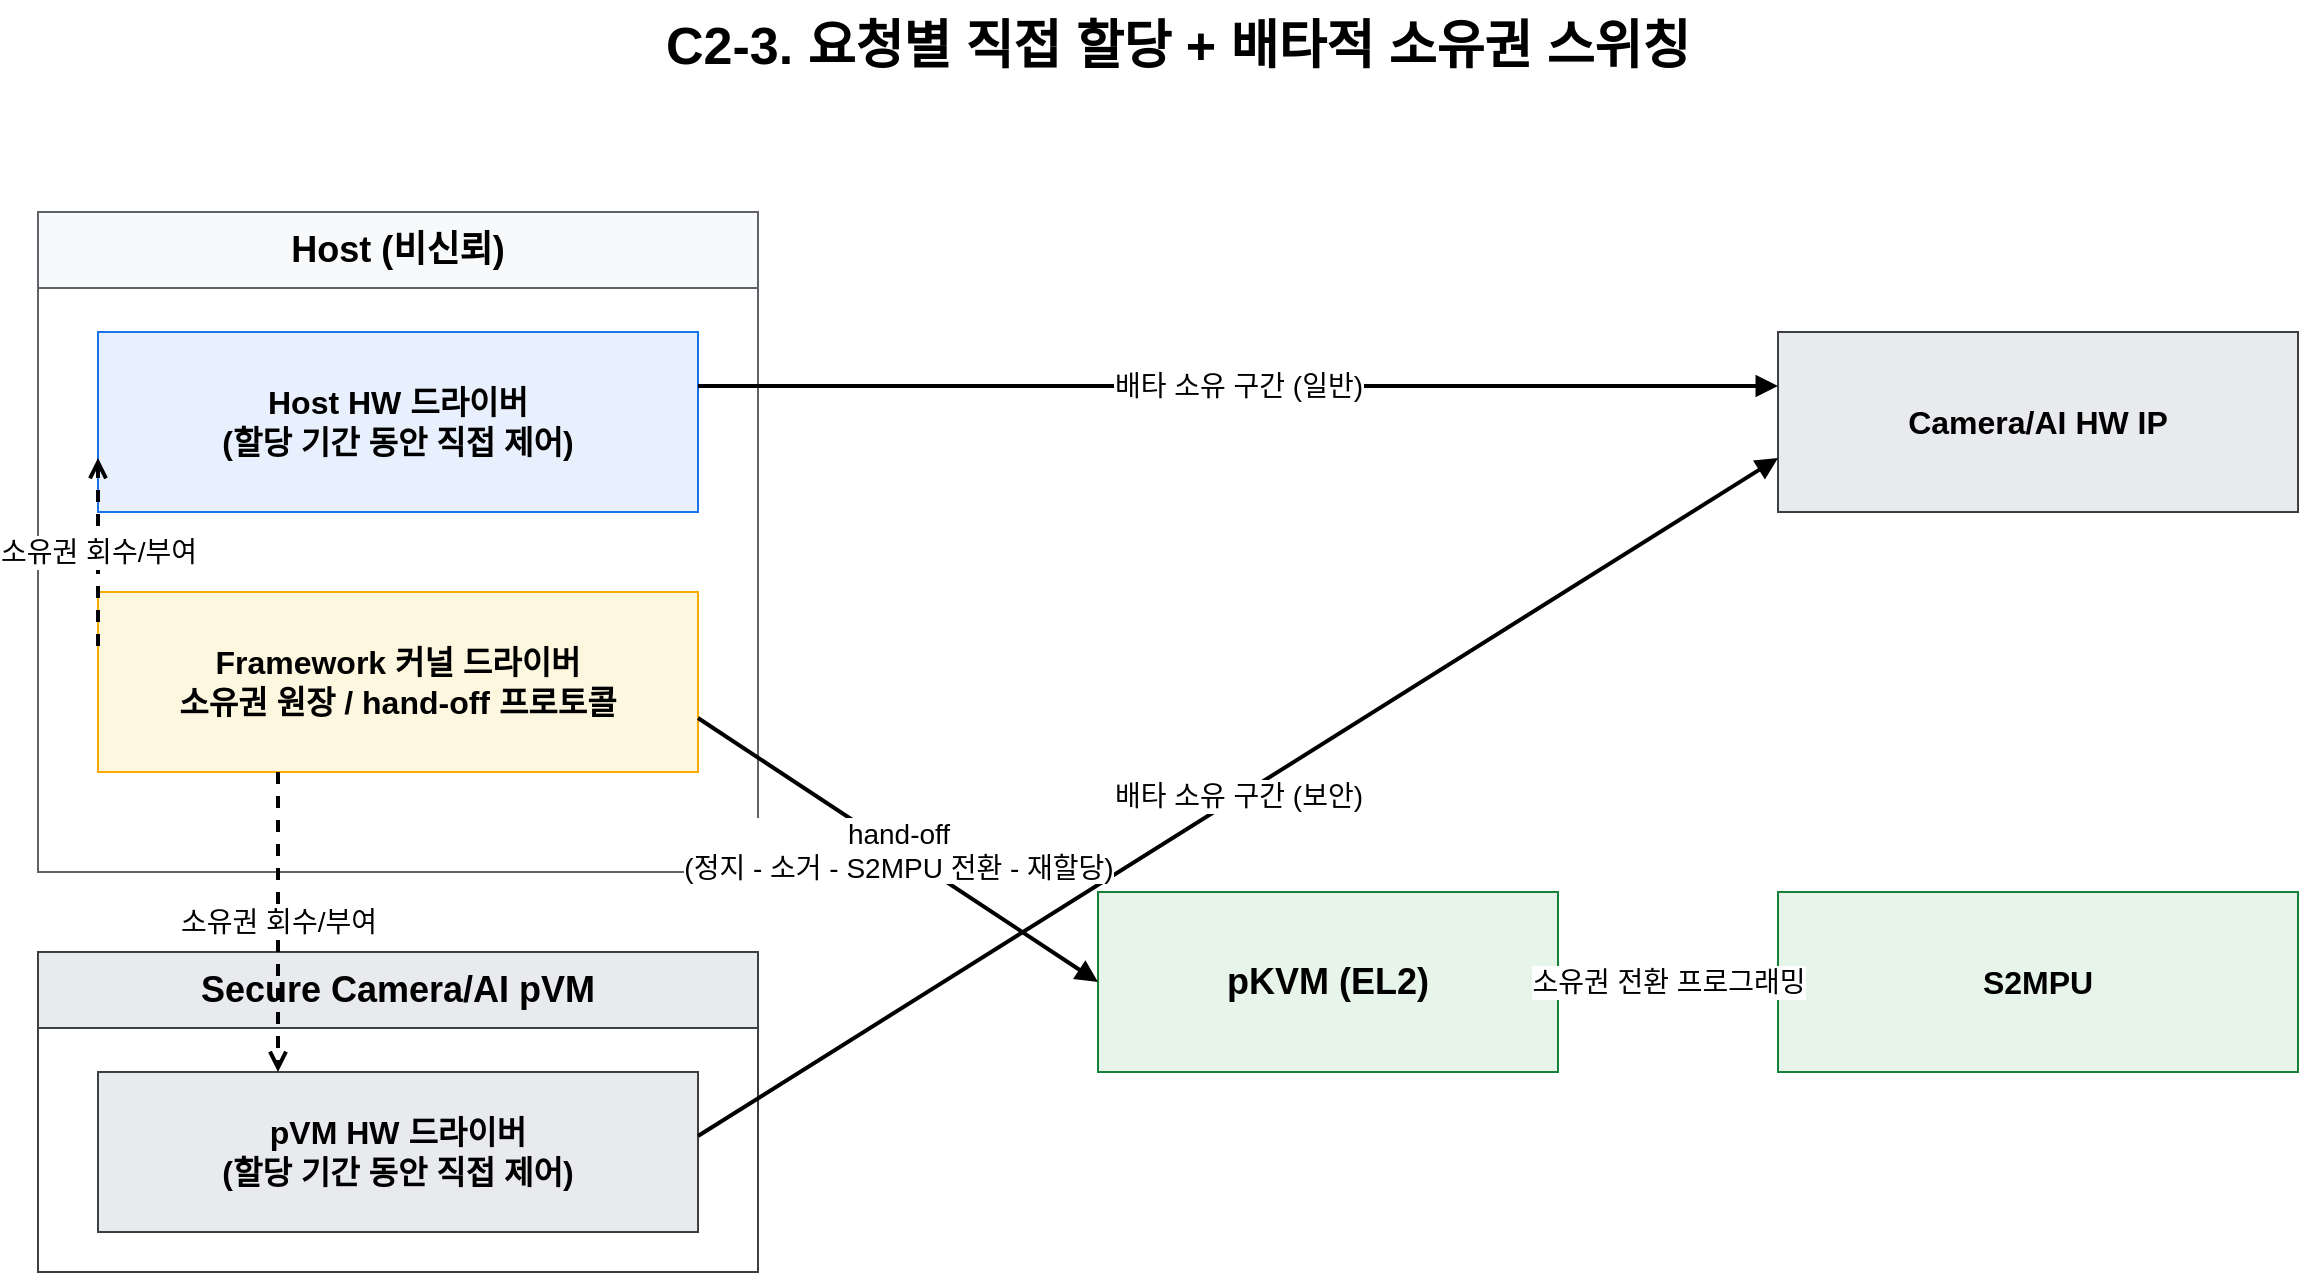
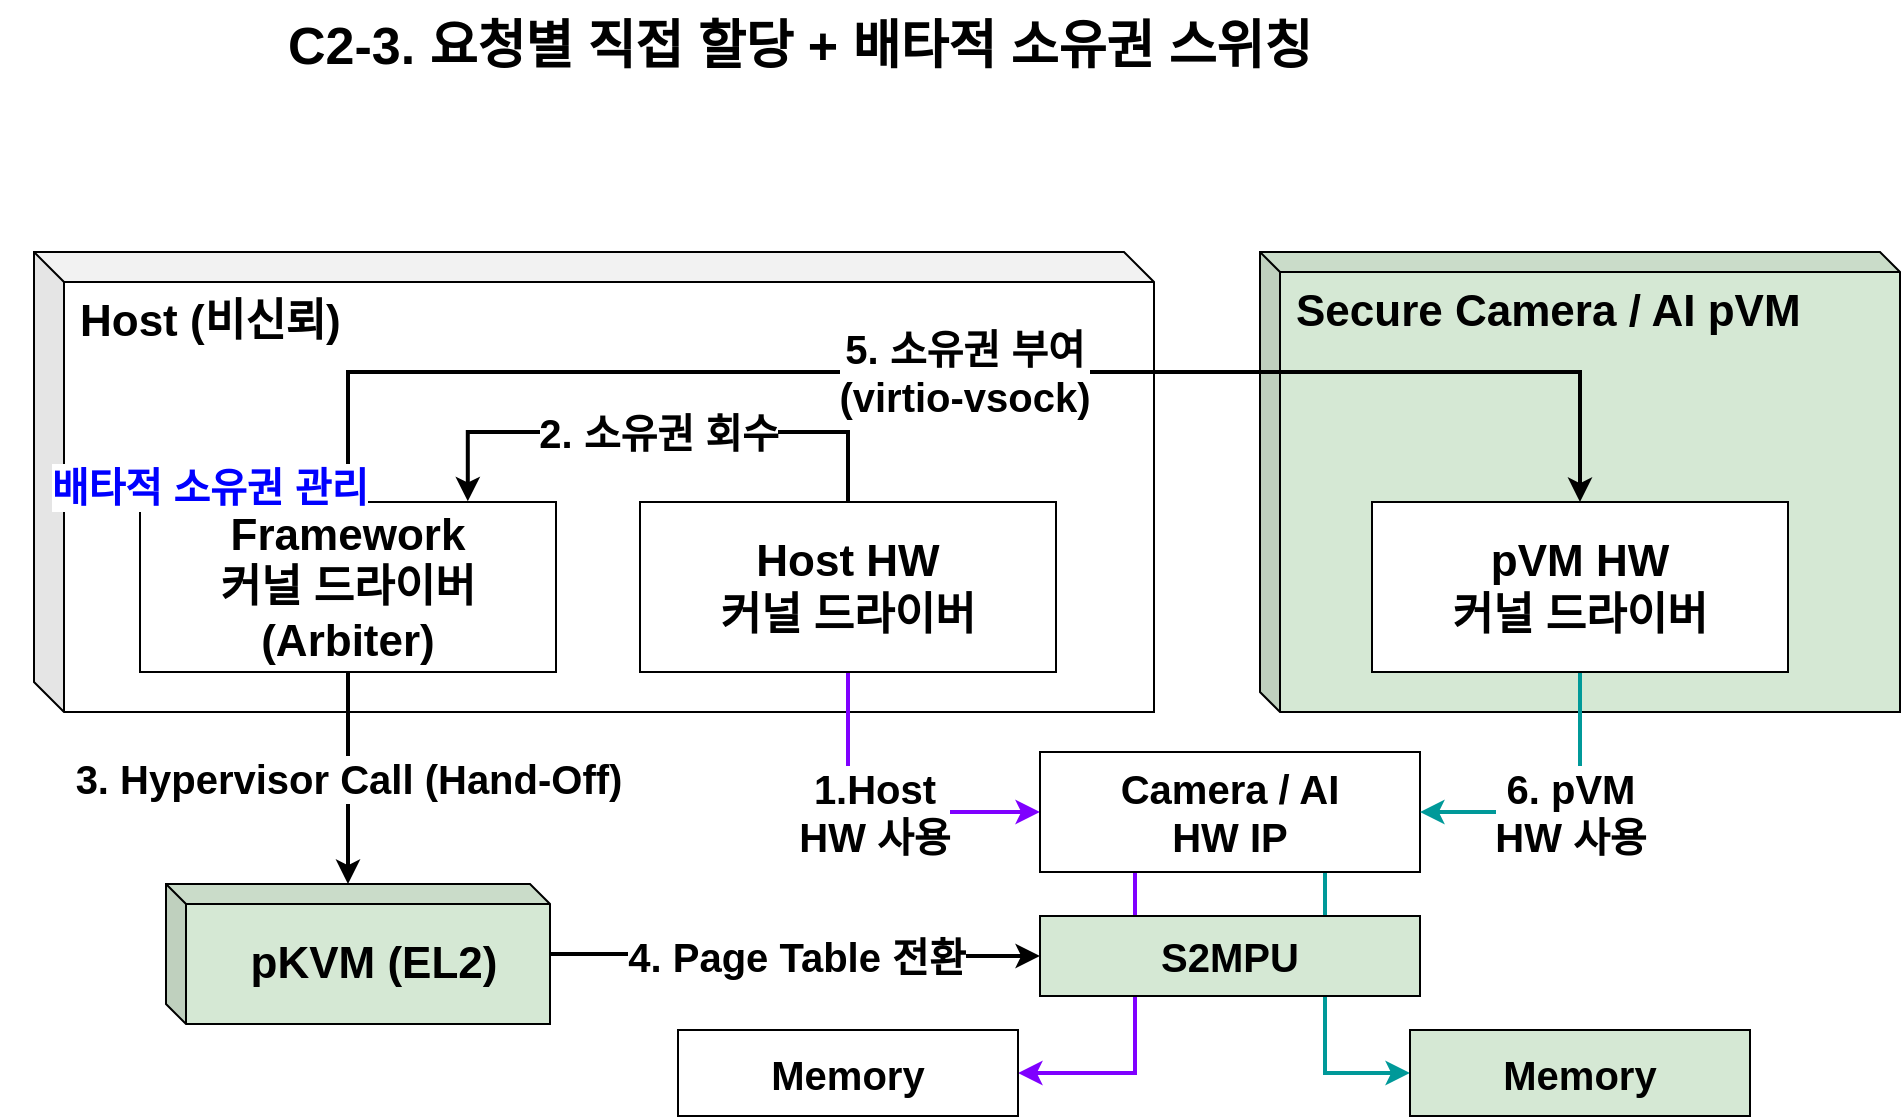
- <mxfile host="app.diagrams.net" modified="2026-07-09T00:00:00.000Z" agent="Claude" version="24.7.17" type="device">
+ <mxfile host="Electron" agent="Claude">
  <diagram id="c2-3-exclusive-switching" name="C2-3">
-     <mxGraphModel dx="1280" dy="720" grid="1" gridSize="10" guides="1" tooltips="1" connect="1" arrows="1" fold="1" page="1" pageScale="1" pageWidth="1280" pageHeight="700" math="0" shadow="0">
+     <mxGraphModel dx="1147" dy="626" grid="1" gridSize="10" guides="1" tooltips="1" connect="1" arrows="1" fold="1" page="1" pageScale="1" pageWidth="1280" pageHeight="700" math="0" shadow="0">
      <root>
-         <mxCell id="0"/>
-         <mxCell id="1" parent="0"/>
-         <mxCell id="title" value="C2-3. 요청별 직접 할당 + 배타적 소유권 스위칭" style="text;html=1;strokeColor=none;fillColor=none;align=center;verticalAlign=middle;whiteSpace=wrap;rounded=0;fontSize=26;fontStyle=1" vertex="1" parent="1">
-           <mxGeometry x="240" y="34" width="800" height="46" as="geometry"/>
+         <mxCell id="0" />
+         <mxCell id="1" parent="0" />
+         <mxCell id="ffUL64jE2Op0dYX4UEDc-16" parent="1" style="shape=cube;whiteSpace=wrap;html=1;boundedLbl=1;backgroundOutline=1;darkOpacity=0.05;darkOpacity2=0.1;fontSize=22;fontStyle=1;verticalAlign=top;align=left;spacingLeft=6;size=10;fillColor=#d5e8d4;strokeColor=#000000;" value="Secure&amp;nbsp;&lt;span style=&quot;background-color: transparent; color: light-dark(rgb(0, 0, 0), rgb(255, 255, 255));&quot;&gt;Camera / AI&amp;nbsp;&lt;/span&gt;&lt;span style=&quot;background-color: transparent; color: light-dark(rgb(0, 0, 0), rgb(255, 255, 255));&quot;&gt;pVM&lt;/span&gt;" vertex="1">
+           <mxGeometry height="230" width="320" x="870" y="160" as="geometry" />
        </mxCell>
-         <mxCell id="host" value="Host (비신뢰)" style="swimlane;html=1;whiteSpace=wrap;rounded=0;startSize=38;horizontal=1;fillColor=#f8f9fa;strokeColor=#5f6368;fontSize=18;fontStyle=1" vertex="1" parent="1">
-           <mxGeometry x="70" y="140" width="360" height="330" as="geometry"/>
+         <mxCell id="title" parent="1" style="text;html=1;strokeColor=none;fillColor=none;align=center;verticalAlign=middle;whiteSpace=wrap;rounded=0;fontSize=26;fontStyle=1" value="C2-3. 요청별 직접 할당 + 배타적 소유권 스위칭" vertex="1">
+           <mxGeometry height="46" width="800" x="240" y="34" as="geometry" />
        </mxCell>
-         <mxCell id="hdrv" value="Host HW 드라이버&lt;br&gt;(할당 기간 동안 직접 제어)" style="rounded=0;whiteSpace=wrap;html=1;fillColor=#e8f0fe;strokeColor=#1a73e8;fontSize=16;fontStyle=1" vertex="1" parent="host">
-           <mxGeometry x="30" y="60" width="300" height="90" as="geometry"/>
+         <mxCell id="ffUL64jE2Op0dYX4UEDc-1" parent="1" style="shape=cube;whiteSpace=wrap;html=1;boundedLbl=1;backgroundOutline=1;darkOpacity=0.05;darkOpacity2=0.1;fontSize=22;fontStyle=1;verticalAlign=top;align=left;spacingLeft=6;size=15;" value="Host (비신뢰)" vertex="1">
+           <mxGeometry height="230" width="560" x="257" y="160" as="geometry" />
        </mxCell>
-         <mxCell id="fdrv" value="Framework 커널 드라이버&lt;br&gt;소유권 원장 / hand-off 프로토콜" style="rounded=0;whiteSpace=wrap;html=1;fillColor=#fef7e0;strokeColor=#f9ab00;fontSize=16;fontStyle=1" vertex="1" parent="host">
-           <mxGeometry x="30" y="190" width="300" height="90" as="geometry"/>
+         <mxCell id="ffUL64jE2Op0dYX4UEDc-36" edge="1" parent="1" source="ffUL64jE2Op0dYX4UEDc-2" style="edgeStyle=orthogonalEdgeStyle;shape=connector;rounded=0;orthogonalLoop=1;jettySize=auto;html=1;entryX=0;entryY=0.5;entryDx=0;entryDy=0;strokeColor=default;strokeWidth=2;align=center;verticalAlign=middle;fontFamily=Helvetica;fontSize=20;fontColor=default;fontStyle=1;labelBackgroundColor=default;endArrow=classic;" target="ffUL64jE2Op0dYX4UEDc-23" value="4. Page Table 전환">
+           <mxGeometry relative="1" as="geometry" />
        </mxCell>
-         <mxCell id="pvmbox" value="Secure Camera/AI pVM" style="swimlane;html=1;whiteSpace=wrap;rounded=0;startSize=38;horizontal=1;fillColor=#e8eaed;strokeColor=#3c4043;fontSize=18;fontStyle=1" vertex="1" parent="1">
-           <mxGeometry x="70" y="510" width="360" height="160" as="geometry"/>
+         <mxCell id="ffUL64jE2Op0dYX4UEDc-2" parent="1" style="shape=cube;whiteSpace=wrap;html=1;boundedLbl=1;backgroundOutline=1;darkOpacity=0.05;darkOpacity2=0.1;fontSize=22;fontStyle=1;verticalAlign=middle;align=center;spacingLeft=6;size=10;fillColor=#d5e8d4;strokeColor=#000000;" value="pKVM (EL2)" vertex="1">
+           <mxGeometry height="70" width="192" x="323" y="476" as="geometry" />
        </mxCell>
-         <mxCell id="pdrv" value="pVM HW 드라이버&lt;br&gt;(할당 기간 동안 직접 제어)" style="rounded=0;whiteSpace=wrap;html=1;fillColor=#e8eaed;strokeColor=#3c4043;fontSize=16;fontStyle=1" vertex="1" parent="pvmbox">
-           <mxGeometry x="30" y="60" width="300" height="80" as="geometry"/>
+         <mxCell id="ffUL64jE2Op0dYX4UEDc-28" edge="1" parent="1" source="ffUL64jE2Op0dYX4UEDc-9" style="edgeStyle=orthogonalEdgeStyle;shape=connector;rounded=0;orthogonalLoop=1;jettySize=auto;html=1;entryX=0.5;entryY=0;entryDx=0;entryDy=0;strokeColor=default;strokeWidth=2;align=center;verticalAlign=middle;fontFamily=Helvetica;fontSize=20;fontColor=default;fontStyle=1;labelBackgroundColor=default;endArrow=classic;" target="ffUL64jE2Op0dYX4UEDc-25" value="5. 소유권 부여&lt;div&gt;(virtio-vsock)&lt;/div&gt;">
+           <mxGeometry relative="1" x="-0.0013" as="geometry">
+             <mxPoint as="offset" />
+             <Array as="points">
+               <mxPoint x="414" y="220" />
+               <mxPoint x="1030" y="220" />
+             </Array>
+           </mxGeometry>
        </mxCell>
-         <mxCell id="hw" value="Camera/AI HW IP" style="rounded=0;whiteSpace=wrap;html=1;fillColor=#e8eaed;strokeColor=#3c4043;fontSize=16;fontStyle=1" vertex="1" parent="1">
-           <mxGeometry x="940" y="200" width="260" height="90" as="geometry"/>
+         <mxCell id="ffUL64jE2Op0dYX4UEDc-9" parent="1" style="rounded=0;whiteSpace=wrap;html=1;fontSize=22;fontStyle=1;" value="Framework&lt;br&gt;&lt;div&gt;커널 드라이버&lt;/div&gt;&lt;div&gt;(Arbiter)&lt;/div&gt;" vertex="1">
+           <mxGeometry height="85" width="208" x="310" y="285" as="geometry" />
        </mxCell>
-         <mxCell id="hv" value="pKVM (EL2)" style="rounded=0;whiteSpace=wrap;html=1;fillColor=#e6f4ea;strokeColor=#188038;fontSize=18;fontStyle=1" vertex="1" parent="1">
-           <mxGeometry x="600" y="480" width="230" height="90" as="geometry"/>
+         <mxCell id="ffUL64jE2Op0dYX4UEDc-26" edge="1" parent="1" source="ffUL64jE2Op0dYX4UEDc-22" style="edgeStyle=orthogonalEdgeStyle;rounded=0;orthogonalLoop=1;jettySize=auto;html=1;exitX=0.5;exitY=0;exitDx=0;exitDy=0;strokeWidth=2;fontSize=20;fontStyle=1;entryX=0.788;entryY=-0.004;entryDx=0;entryDy=0;entryPerimeter=0;" target="ffUL64jE2Op0dYX4UEDc-9" value="2. 소유권 회수">
+           <mxGeometry relative="1" as="geometry">
+             <Array as="points">
+               <mxPoint x="664" y="250" />
+               <mxPoint x="474" y="250" />
+             </Array>
+             <mxPoint x="470" y="280" as="targetPoint" />
+           </mxGeometry>
        </mxCell>
-         <mxCell id="mpu" value="S2MPU" style="rounded=0;whiteSpace=wrap;html=1;fillColor=#e6f4ea;strokeColor=#188038;fontSize=16;fontStyle=1" vertex="1" parent="1">
-           <mxGeometry x="940" y="480" width="260" height="90" as="geometry"/>
+         <mxCell id="ffUL64jE2Op0dYX4UEDc-34" edge="1" parent="1" source="ffUL64jE2Op0dYX4UEDc-22" style="edgeStyle=orthogonalEdgeStyle;shape=connector;rounded=0;orthogonalLoop=1;jettySize=auto;html=1;entryX=0;entryY=0.5;entryDx=0;entryDy=0;strokeColor=#7F00FF;strokeWidth=2;align=center;verticalAlign=middle;fontFamily=Helvetica;fontSize=20;fontColor=default;fontStyle=1;labelBackgroundColor=default;endArrow=classic;" target="ffUL64jE2Op0dYX4UEDc-24" value="1.Host&lt;div&gt;HW 사용&lt;/div&gt;">
+           <mxGeometry relative="1" as="geometry" />
        </mxCell>
-         <mxCell id="e-hdrv-hw" value="배타 소유 구간 (일반)" style="endArrow=block;html=1;rounded=0;strokeWidth=2;exitX=1;exitY=0.3;exitDx=0;exitDy=0;entryX=0;entryY=0.3;entryDx=0;entryDy=0;fontSize=14" edge="1" parent="1" source="hdrv" target="hw">
-           <mxGeometry relative="1" as="geometry"/>
+         <mxCell id="ffUL64jE2Op0dYX4UEDc-22" parent="1" style="rounded=0;whiteSpace=wrap;html=1;fontSize=22;fontStyle=1;" value="Host HW&lt;br&gt;&lt;div&gt;커널 드라이버&lt;/div&gt;" vertex="1">
+           <mxGeometry height="85" width="208" x="560" y="285" as="geometry" />
        </mxCell>
-         <mxCell id="e-pdrv-hw" value="배타 소유 구간 (보안)" style="endArrow=block;html=1;rounded=0;strokeWidth=2;exitX=1;exitY=0.4;exitDx=0;exitDy=0;entryX=0;entryY=0.7;entryDx=0;entryDy=0;fontSize=14" edge="1" parent="1" source="pdrv" target="hw">
-           <mxGeometry relative="1" as="geometry"/>
+         <mxCell id="ffUL64jE2Op0dYX4UEDc-37" edge="1" parent="1" source="ffUL64jE2Op0dYX4UEDc-24" style="edgeStyle=orthogonalEdgeStyle;shape=connector;rounded=0;orthogonalLoop=1;jettySize=auto;html=1;entryX=1;entryY=0.5;entryDx=0;entryDy=0;strokeColor=#7F00FF;strokeWidth=2;align=center;verticalAlign=middle;fontFamily=Helvetica;fontSize=20;fontColor=default;fontStyle=1;labelBackgroundColor=default;endArrow=classic;exitX=0.25;exitY=1;exitDx=0;exitDy=0;" target="ffUL64jE2Op0dYX4UEDc-33">
+           <mxGeometry relative="1" as="geometry" />
        </mxCell>
-         <mxCell id="e-fdrv-hdrv" value="소유권 회수/부여" style="endArrow=open;html=1;rounded=0;dashed=1;strokeWidth=2;exitX=0;exitY=0.3;exitDx=0;exitDy=0;entryX=0;entryY=0.7;entryDx=0;entryDy=0;fontSize=14" edge="1" parent="host" source="fdrv" target="hdrv">
-           <mxGeometry relative="1" as="geometry"/>
+         <mxCell id="PwY8-q3zNlqEQgxDWx1G-3" edge="1" parent="1" source="ffUL64jE2Op0dYX4UEDc-24" style="edgeStyle=orthogonalEdgeStyle;rounded=0;orthogonalLoop=1;jettySize=auto;html=1;entryX=0;entryY=0.5;entryDx=0;entryDy=0;exitX=0.75;exitY=1;exitDx=0;exitDy=0;strokeWidth=2;strokeColor=#009999;" target="PwY8-q3zNlqEQgxDWx1G-2">
+           <mxGeometry relative="1" as="geometry" />
        </mxCell>
-         <mxCell id="e-fdrv-pdrv" value="소유권 회수/부여" style="endArrow=open;html=1;rounded=0;dashed=1;strokeWidth=2;exitX=0.3;exitY=1;exitDx=0;exitDy=0;entryX=0.3;entryY=0;entryDx=0;entryDy=0;fontSize=14" edge="1" parent="1" source="fdrv" target="pdrv">
-           <mxGeometry relative="1" as="geometry"/>
+         <mxCell id="ffUL64jE2Op0dYX4UEDc-24" parent="1" style="rounded=0;whiteSpace=wrap;html=1;fontSize=20;fontStyle=1" value="Camera / AI&lt;div&gt;HW IP&lt;/div&gt;" vertex="1">
+           <mxGeometry height="60" width="190" x="760" y="410" as="geometry" />
        </mxCell>
-         <mxCell id="e-fdrv-hv" value="hand-off&lt;br&gt;(정지 - 소거 - S2MPU 전환 - 재할당)" style="endArrow=block;html=1;rounded=0;strokeWidth=2;exitX=1;exitY=0.7;exitDx=0;exitDy=0;entryX=0;entryY=0.5;entryDx=0;entryDy=0;fontSize=14" edge="1" parent="1" source="fdrv" target="hv">
-           <mxGeometry relative="1" as="geometry"/>
+         <mxCell id="ffUL64jE2Op0dYX4UEDc-35" edge="1" parent="1" source="ffUL64jE2Op0dYX4UEDc-25" style="edgeStyle=orthogonalEdgeStyle;shape=connector;rounded=0;orthogonalLoop=1;jettySize=auto;html=1;strokeColor=#009999;strokeWidth=2;align=center;verticalAlign=middle;fontFamily=Helvetica;fontSize=20;fontColor=default;fontStyle=1;labelBackgroundColor=default;endArrow=classic;entryX=1;entryY=0.5;entryDx=0;entryDy=0;" target="ffUL64jE2Op0dYX4UEDc-24" value="6. pVM&lt;div&gt;HW 사용&lt;/div&gt;">
+           <mxGeometry relative="1" as="geometry" />
        </mxCell>
-         <mxCell id="e-hv-mpu" value="소유권 전환 프로그래밍" style="endArrow=block;html=1;rounded=0;strokeWidth=2;exitX=1;exitY=0.5;exitDx=0;exitDy=0;entryX=0;entryY=0.5;entryDx=0;entryDy=0;fontSize=14" edge="1" parent="1" source="hv" target="mpu">
-           <mxGeometry relative="1" as="geometry"/>
+         <mxCell id="ffUL64jE2Op0dYX4UEDc-25" parent="1" style="rounded=0;whiteSpace=wrap;html=1;fontSize=22;fontStyle=1;" value="pVM HW&lt;br&gt;&lt;div&gt;커널 드라이버&lt;/div&gt;" vertex="1">
+           <mxGeometry height="85" width="208" x="926" y="285" as="geometry" />
+         </mxCell>
+         <mxCell id="ffUL64jE2Op0dYX4UEDc-31" edge="1" parent="1" source="ffUL64jE2Op0dYX4UEDc-9" style="edgeStyle=orthogonalEdgeStyle;shape=connector;rounded=0;orthogonalLoop=1;jettySize=auto;html=1;entryX=0;entryY=0;entryDx=90.99999999999999;entryDy=0;entryPerimeter=0;strokeColor=default;strokeWidth=2;align=center;verticalAlign=middle;fontFamily=Helvetica;fontSize=20;fontColor=default;fontStyle=1;labelBackgroundColor=default;endArrow=classic;exitX=0.5;exitY=1;exitDx=0;exitDy=0;" target="ffUL64jE2Op0dYX4UEDc-2" value="3. Hypervisor Call (Hand-Off)">
+           <mxGeometry relative="1" as="geometry">
+             <mxPoint x="569.5263157894738" y="430" as="sourcePoint" />
+           </mxGeometry>
+         </mxCell>
+         <mxCell id="ffUL64jE2Op0dYX4UEDc-33" parent="1" style="rounded=0;whiteSpace=wrap;html=1;fontFamily=Helvetica;fontSize=20;fontColor=default;fontStyle=1;labelBackgroundColor=default;" value="Memory" vertex="1">
+           <mxGeometry height="43" width="170" x="579" y="549" as="geometry" />
+         </mxCell>
+         <mxCell id="ffUL64jE2Op0dYX4UEDc-23" parent="1" style="rounded=0;whiteSpace=wrap;html=1;fillColor=#d5e8d4;strokeColor=#000000;fontSize=20;fontStyle=1" value="S2MPU" vertex="1">
+           <mxGeometry height="40" width="190" x="760" y="492" as="geometry" />
+         </mxCell>
+         <mxCell id="ffUL64jE2Op0dYX4UEDc-38" parent="1" style="text;html=1;whiteSpace=wrap;strokeColor=none;fillColor=none;align=center;verticalAlign=middle;rounded=0;fontFamily=Helvetica;fontSize=20;fontColor=#0000FF;fontStyle=1;labelBackgroundColor=default;" value="배타적 소유권 관리" vertex="1">
+           <mxGeometry height="30" width="170" x="260" y="262" as="geometry" />
+         </mxCell>
+         <mxCell id="PwY8-q3zNlqEQgxDWx1G-2" parent="1" style="rounded=0;whiteSpace=wrap;html=1;fontFamily=Helvetica;fontSize=20;fontStyle=1;labelBackgroundColor=none;fillColor=#d5e8d4;strokeColor=#000000;" value="Memory" vertex="1">
+           <mxGeometry height="43" width="170" x="945" y="549" as="geometry" />
        </mxCell>
      </root>
    </mxGraphModel>
  </diagram>
</mxfile>
